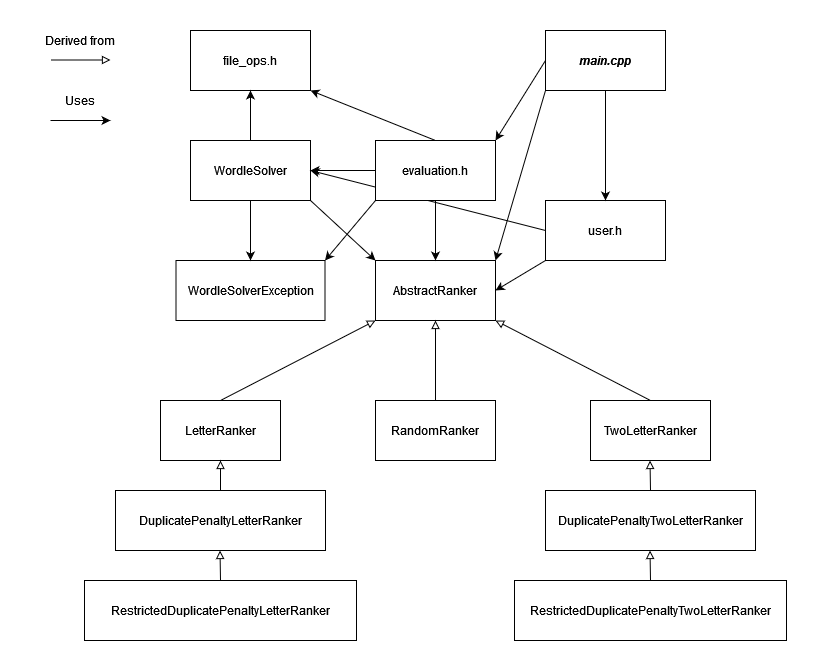
Above: uml_diagram.png in ChamiLamelas/Wordle_Solver (draw.io), before the change. Source tidied: cells renumbered, new cells last; positions are measured from the earlier drawing's top-left corner, leaving out a move shared by most shapes.
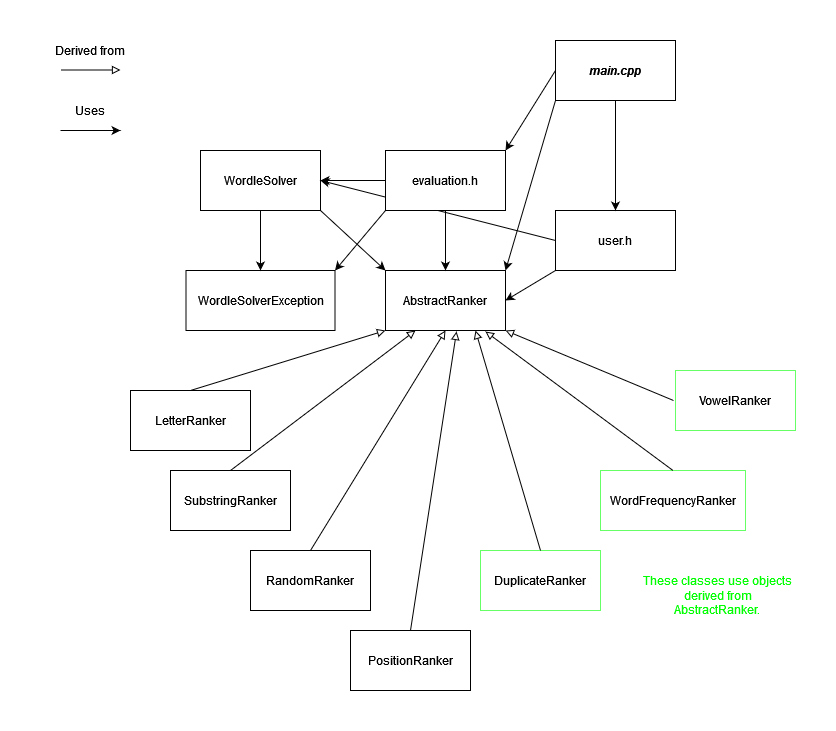
After the change.

What changed in the source:
```diff
@@ -9,50 +9,20 @@
       <mxGeometry relative="1" as="geometry" />
     </mxCell>
     <mxCell id="4" value="&lt;div&gt;RandomRanker&lt;/div&gt;" style="rounded=0;whiteSpace=wrap;html=1;" parent="1" vertex="1">
-      <mxGeometry x="345" y="370" width="120" height="60" as="geometry" />
+      <mxGeometry x="210" y="510" width="120" height="60" as="geometry" />
     </mxCell>
     <mxCell id="5" value="LetterRanker" style="rounded=0;whiteSpace=wrap;html=1;" parent="1" vertex="1">
-      <mxGeometry x="130" y="370" width="120" height="60" as="geometry" />
+      <mxGeometry x="90" y="350" width="120" height="60" as="geometry" />
     </mxCell>
     <mxCell id="6" style="endArrow=block;html=1;endFill=0;exitX=0.5;exitY=0;exitDx=0;exitDy=0;entryX=0;entryY=1;entryDx=0;entryDy=0;" parent="1" edge="1" source="5" target="2">
       <mxGeometry relative="1" as="geometry" />
     </mxCell>
-    <mxCell id="7" value="TwoLetterRanker" style="rounded=0;whiteSpace=wrap;html=1;" parent="1" vertex="1">
-      <mxGeometry x="560" y="370" width="120" height="60" as="geometry" />
-    </mxCell>
-    <mxCell id="8" style="endArrow=block;html=1;endFill=0;exitX=0.5;exitY=0;exitDx=0;exitDy=0;entryX=1;entryY=1;entryDx=0;entryDy=0;" parent="1" edge="1" source="7" target="2">
-      <mxGeometry relative="1" as="geometry" />
-    </mxCell>
-    <mxCell id="9" value="RestrictedDuplicatePenaltyTwoLetterRanker" style="rounded=0;whiteSpace=wrap;html=1;" parent="1" vertex="1">
-      <mxGeometry x="484" y="550" width="272" height="60" as="geometry" />
-    </mxCell>
-    <mxCell id="10" value="RestrictedDuplicatePenaltyLetterRanker" style="rounded=0;whiteSpace=wrap;html=1;" parent="1" vertex="1">
-      <mxGeometry x="54" y="550" width="272" height="60" as="geometry" />
-    </mxCell>
-    <mxCell id="11" value="DuplicatePenaltyTwoLetterRanker" style="rounded=0;whiteSpace=wrap;html=1;" parent="1" vertex="1">
-      <mxGeometry x="515" y="460" width="210" height="60" as="geometry" />
-    </mxCell>
-    <mxCell id="12" value="DuplicatePenaltyLetterRanker" style="rounded=0;whiteSpace=wrap;html=1;" parent="1" vertex="1">
-      <mxGeometry x="85" y="460" width="210" height="60" as="geometry" />
-    </mxCell>
-    <mxCell id="13" style="endArrow=block;html=1;endFill=0;entryX=0.5;entryY=1;entryDx=0;entryDy=0;" parent="1" edge="1">
-      <mxGeometry relative="1" as="geometry">
-        <mxPoint x="190" y="460" as="sourcePoint" />
-        <mxPoint x="190" y="430" as="targetPoint" />
-      </mxGeometry>
-    </mxCell>
-    <mxCell id="14" style="endArrow=block;html=1;endFill=0;entryX=0.5;entryY=1;entryDx=0;entryDy=0;" parent="1" edge="1">
-      <mxGeometry relative="1" as="geometry">
-        <mxPoint x="620" y="460" as="sourcePoint" />
-        <mxPoint x="619.5" y="430" as="targetPoint" />
-      </mxGeometry>
-    </mxCell>
-    <mxCell id="15" style="endArrow=block;html=1;endFill=0;entryX=0.5;entryY=1;entryDx=0;entryDy=0;" parent="1" edge="1">
-      <mxGeometry relative="1" as="geometry">
-        <mxPoint x="620" y="550" as="sourcePoint" />
-        <mxPoint x="619.5" y="520" as="targetPoint" />
-      </mxGeometry>
-    </mxCell>
+    <mxCell id="39" value="SubstringRanker" style="rounded=0;whiteSpace=wrap;html=1;" parent="1" vertex="1">
+      <mxGeometry x="130" y="430" width="120" height="60" as="geometry" />
+    </mxCell>
+    <mxCell id="40" style="endArrow=block;html=1;endFill=0;exitX=0.5;exitY=0;exitDx=0;exitDy=0;entryX=0.25;entryY=1;entryDx=0;entryDy=0;" parent="1" edge="1" source="39" target="2">
+      <mxGeometry relative="1" as="geometry" />
+    </mxCell>
     <mxCell id="16" value="WordleSolver" style="rounded=0;whiteSpace=wrap;html=1;" parent="1" vertex="1">
       <mxGeometry x="160" y="110" width="120" height="60" as="geometry" />
     </mxCell>
@@ -65,15 +35,6 @@
     <mxCell id="19" value="user.h" style="rounded=0;whiteSpace=wrap;html=1;" parent="1" vertex="1">
       <mxGeometry x="515" y="170" width="120" height="60" as="geometry" />
     </mxCell>
-    <mxCell id="20" value="file_ops.h" style="rounded=0;whiteSpace=wrap;html=1;" parent="1" vertex="1">
-      <mxGeometry x="160" width="120" height="60" as="geometry" />
-    </mxCell>
-    <mxCell id="21" style="endArrow=block;html=1;endFill=0;entryX=0.5;entryY=1;entryDx=0;entryDy=0;" parent="1" edge="1">
-      <mxGeometry relative="1" as="geometry">
-        <mxPoint x="190" y="550" as="sourcePoint" />
-        <mxPoint x="189.5" y="520" as="targetPoint" />
-      </mxGeometry>
-    </mxCell>
     <mxCell id="22" style="endArrow=classic;html=1;exitX=0;exitY=0.5;exitDx=0;exitDy=0;entryX=1;entryY=0;entryDx=0;entryDy=0;" parent="1" edge="1" source="18" target="33">
       <mxGeometry relative="1" as="geometry" />
     </mxCell>
@@ -95,12 +56,6 @@
     <mxCell id="28" style="endArrow=classic;html=1;exitX=0.5;exitY=1;exitDx=0;exitDy=0;entryX=0.5;entryY=0;entryDx=0;entryDy=0;" parent="1" edge="1" source="16" target="17">
       <mxGeometry relative="1" as="geometry" />
     </mxCell>
-    <mxCell id="29" style="endArrow=classic;html=1;exitX=0.5;exitY=0;exitDx=0;exitDy=0;entryX=0.5;entryY=1;entryDx=0;entryDy=0;" parent="1" edge="1" source="16" target="20">
-      <mxGeometry relative="1" as="geometry" />
-    </mxCell>
-    <mxCell id="30" style="endArrow=classic;html=1;exitX=0.5;exitY=0;exitDx=0;exitDy=0;entryX=1;entryY=1;entryDx=0;entryDy=0;" parent="1" edge="1" source="33" target="20">
-      <mxGeometry relative="1" as="geometry" />
-    </mxCell>
     <mxCell id="31" style="endArrow=classic;html=1;exitX=0;exitY=0.5;exitDx=0;exitDy=0;entryX=1;entryY=0.5;entryDx=0;entryDy=0;" parent="1" edge="1" source="33" target="16">
       <mxGeometry relative="1" as="geometry" />
     </mxCell>
@@ -113,23 +68,52 @@
     <mxCell id="34" style="endArrow=classic;html=1;exitX=0;exitY=1;exitDx=0;exitDy=0;entryX=1;entryY=0.5;entryDx=0;entryDy=0;" parent="1" edge="1" source="19" target="2">
       <mxGeometry relative="1" as="geometry" />
     </mxCell>
-    <mxCell id="35" style="endArrow=block;html=1;endFill=0;" parent="1" edge="1">
-      <mxGeometry relative="1" as="geometry">
-        <mxPoint x="20" y="29.5" as="sourcePoint" />
-        <mxPoint x="80" y="29.5" as="targetPoint" />
-      </mxGeometry>
-    </mxCell>
-    <mxCell id="36" style="endArrow=classic;html=1;" parent="1" edge="1">
-      <mxGeometry relative="1" as="geometry">
-        <mxPoint x="20" y="90" as="sourcePoint" />
-        <mxPoint x="80" y="90" as="targetPoint" />
-      </mxGeometry>
-    </mxCell>
+    <mxCell id="41" style="endArrow=block;html=1;endFill=0;" parent="1" edge="1">
+      <mxGeometry relative="1" as="geometry">
+        <mxPoint x="20" y="29.5" as="sourcePoint" />
+        <mxPoint x="80" y="29.5" as="targetPoint" />
+      </mxGeometry>
+    </mxCell>
+    <mxCell id="42" style="endArrow=classic;html=1;" parent="1" edge="1">
+      <mxGeometry relative="1" as="geometry">
+        <mxPoint x="20" y="90" as="sourcePoint" />
+        <mxPoint x="80" y="90" as="targetPoint" />
+      </mxGeometry>
+    </mxCell>
     <mxCell id="37" value="Derived from" style="text;html=1;strokeColor=none;fillColor=none;align=center;verticalAlign=middle;whiteSpace=wrap;rounded=0;shadow=1;" parent="1" vertex="1">
       <mxGeometry width="100" height="20" as="geometry" />
     </mxCell>
     <mxCell id="38" value="Uses" style="text;html=1;strokeColor=none;fillColor=none;align=center;verticalAlign=middle;whiteSpace=wrap;rounded=0;shadow=1;" parent="1" vertex="1">
       <mxGeometry x="30" y="60" width="40" height="20" as="geometry" />
     </mxCell>
+    <mxCell id="43" value="PositionRanker" style="rounded=0;whiteSpace=wrap;html=1;" parent="1" vertex="1">
+      <mxGeometry x="310" y="590" width="120" height="60" as="geometry" />
+    </mxCell>
+    <mxCell id="44" style="endArrow=block;html=1;endFill=0;exitX=0.5;exitY=0;exitDx=0;exitDy=0;entryX=0.592;entryY=1.017;entryDx=0;entryDy=0;entryPerimeter=0;" parent="1" edge="1" source="43" target="2">
+      <mxGeometry relative="1" as="geometry" />
+    </mxCell>
+    <mxCell id="45" value="DuplicateRanker" style="rounded=0;whiteSpace=wrap;html=1;strokeColor=#66FF66;" parent="1" vertex="1">
+      <mxGeometry x="440" y="510" width="120" height="60" as="geometry" />
+    </mxCell>
+    <mxCell id="46" style="endArrow=block;html=1;endFill=0;exitX=0.5;exitY=0;exitDx=0;exitDy=0;entryX=0.75;entryY=1;entryDx=0;entryDy=0;" parent="1" edge="1" source="45" target="2">
+      <mxGeometry relative="1" as="geometry" />
+    </mxCell>
+    <mxCell id="47" value="WordFrequencyRanker" style="rounded=0;whiteSpace=wrap;html=1;strokeColor=#66FF66;" parent="1" vertex="1">
+      <mxGeometry x="560" y="430" width="145" height="60" as="geometry" />
+    </mxCell>
+    <mxCell id="48" style="endArrow=block;html=1;endFill=0;exitX=0.5;exitY=0;exitDx=0;exitDy=0;entryX=0.833;entryY=1.017;entryDx=0;entryDy=0;entryPerimeter=0;" parent="1" edge="1" source="47" target="2">
+      <mxGeometry relative="1" as="geometry" />
+    </mxCell>
+    <mxCell id="49" value="VowelRanker" style="rounded=0;whiteSpace=wrap;html=1;strokeColor=#66FF66;" parent="1" vertex="1">
+      <mxGeometry x="635" y="330" width="120" height="60" as="geometry" />
+    </mxCell>
+    <mxCell id="50" style="endArrow=block;html=1;endFill=0;entryX=1;entryY=1;entryDx=0;entryDy=0;" parent="1" edge="1" target="2">
+      <mxGeometry relative="1" as="geometry">
+        <mxPoint x="633" y="360" as="sourcePoint" />
+      </mxGeometry>
+    </mxCell>
+    <mxCell id="51" value="&lt;font color=&quot;#00FF00&quot;&gt;These classes use objects derived from AbstractRanker.&lt;br&gt;&lt;/font&gt;" style="text;html=1;strokeColor=none;fillColor=none;align=center;verticalAlign=middle;whiteSpace=wrap;rounded=0;" parent="1" vertex="1">
+      <mxGeometry x="600" y="540" width="155" height="30" as="geometry" />
+    </mxCell>
   </root>
 </mxGraphModel>
```
